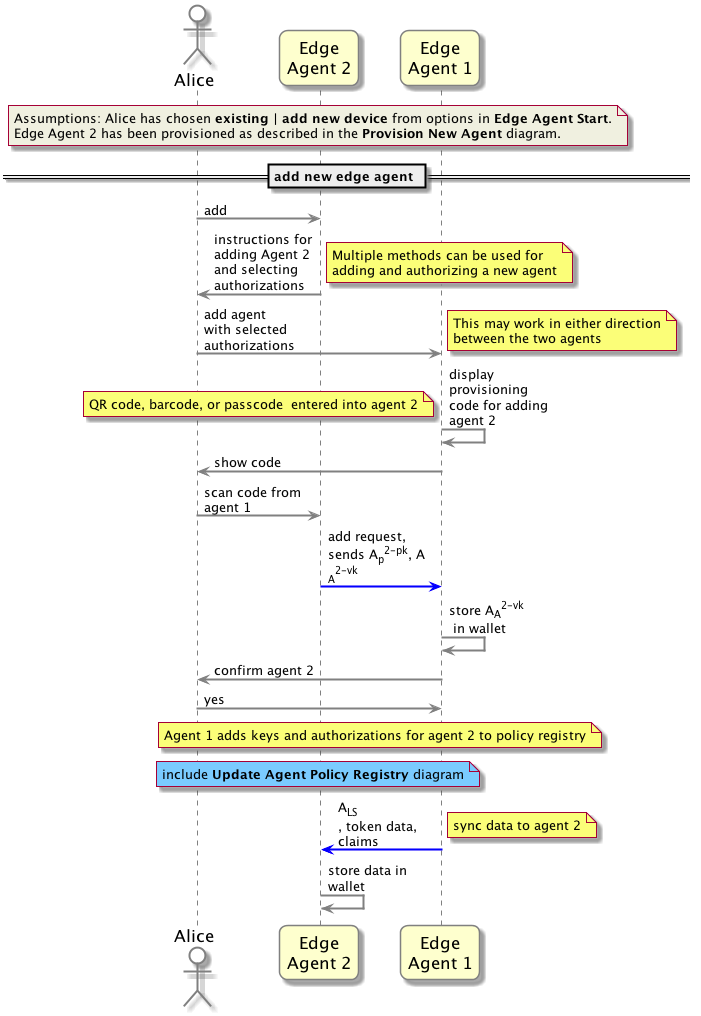
Above: text/dkms/images/06-add-new-edge-agent.png in hyperledger/indy-hipe (PlantUML), before the change. Its source is kept beside it as text/dkms/puml/06-add-new-edge-agent.puml. Its diagram source:
```plantuml
@startuml
skinparam sequenceArrowThickness 2
skinparam roundcorner 15
skinparam maxmessagesize 100
skinparam sequence {
	ArrowColor grey
	LifeLineBorderColor grey
    ParticipantBorderColor grey
	boxbordercolor white
	ParticipantFontSize 17
	actorfontsize 17
	boxfontsize 17
	boxfontcolor grey
	ActorBorderColor grey
    Actorbackgroundcolor white
}

actor Alice as al
participant "Edge\nAgent 2" as a2
participant "Edge\nAgent 1" as a1

note over al, a1 #f0f0e0
Assumptions: Alice has chosen **existing | add new device** from options in <b>Edge Agent Start</b>.
Edge Agent 2 has been provisioned as described in the <b>Provision New Agent</b> diagram.
end note

== add new edge agent ==

al -> a2: add
a2 -> al: instructions for adding Agent 2 and selecting authorizations
note right
Multiple methods can be used for
adding and authorizing a new agent
end note

al -> a1: add agent\n\
with selected authorizations
note right
This may work in either direction
between the two agents
end note
a1 -> a1: display provisioning code for adding agent 2
note left
QR code, barcode, or passcode  entered into agent 2
end note
a1 -> al: show code
al -> a2: scan code from agent 1

a2 -[#blue]> a1: add request, sends A<sub>p</sub><sup>2-pk</sup>, A<sub>A</sub><sup>2-vk</sup>
a1 -> a1: store A<sub>A</sub><sup>2-vk</sup> in wallet
a1 -> al: confirm agent 2
al -> a1: yes
note over a1, a2
Agent 1 adds keys and authorizations for agent 2 to policy registry
end note
note over al, a1 #77ccff
include <b>Update Agent Policy Registry</b> diagram
end note
a1 -[#blue]> a2: A<sub>LS</sub>, token data, claims
note right
sync data to agent 2
end note
a2 -> a2: store data in wallet

@enduml
```
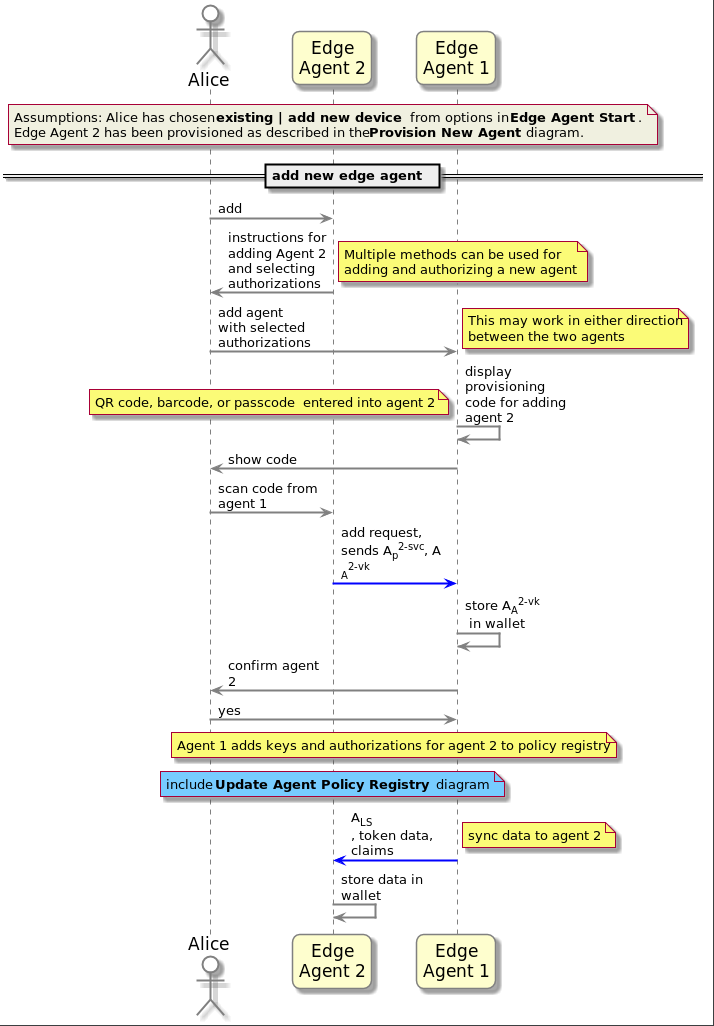
Later version of the same file.

What changed in the source:
```diff
@@ -46,7 +46,7 @@
 a1 -> al: show code
 al -> a2: scan code from agent 1
 
-a2 -[#blue]> a1: add request, sends A<sub>p</sub><sup>2-pk</sup>, A<sub>A</sub><sup>2-vk</sup>
+a2 -[#blue]> a1: add request, sends A<sub>p</sub><sup>2-svc</sup>, A<sub>A</sub><sup>2-vk</sup>
 a1 -> a1: store A<sub>A</sub><sup>2-vk</sup> in wallet
 a1 -> al: confirm agent 2
 al -> a1: yes
```
